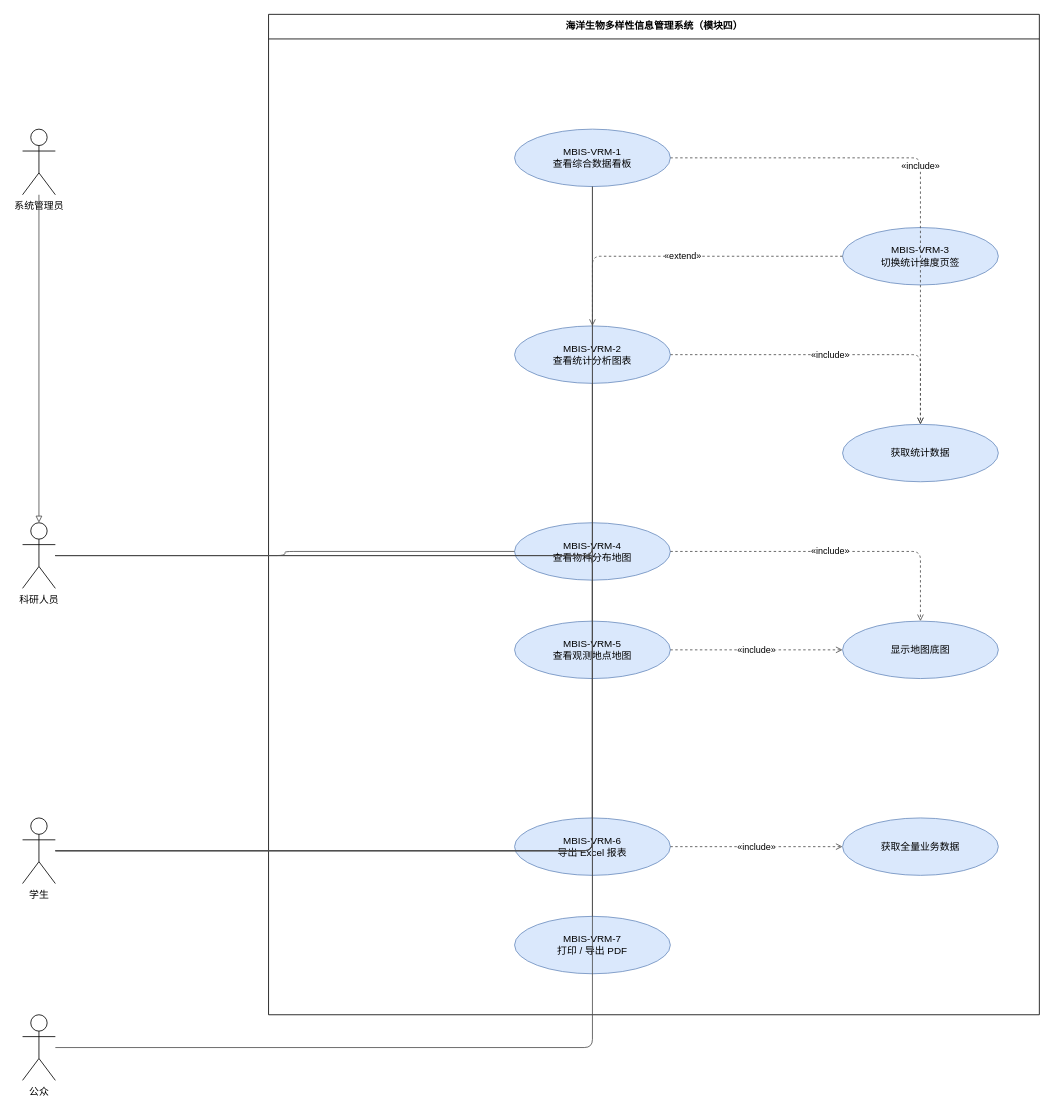
The draw.io diagram three/Software_Construction/diagrams/MBIS-VRM-用例图.drawio in sober060224/University, before the edit. Source tidied: cells renumbered, new cells numbered last; positions are measured from the earlier drawing's top-left corner, leaving out a move shared by most shapes. Both pictures are drawn from the tidied source at 82%, with x=0, y=0 at pixel (22, 14).
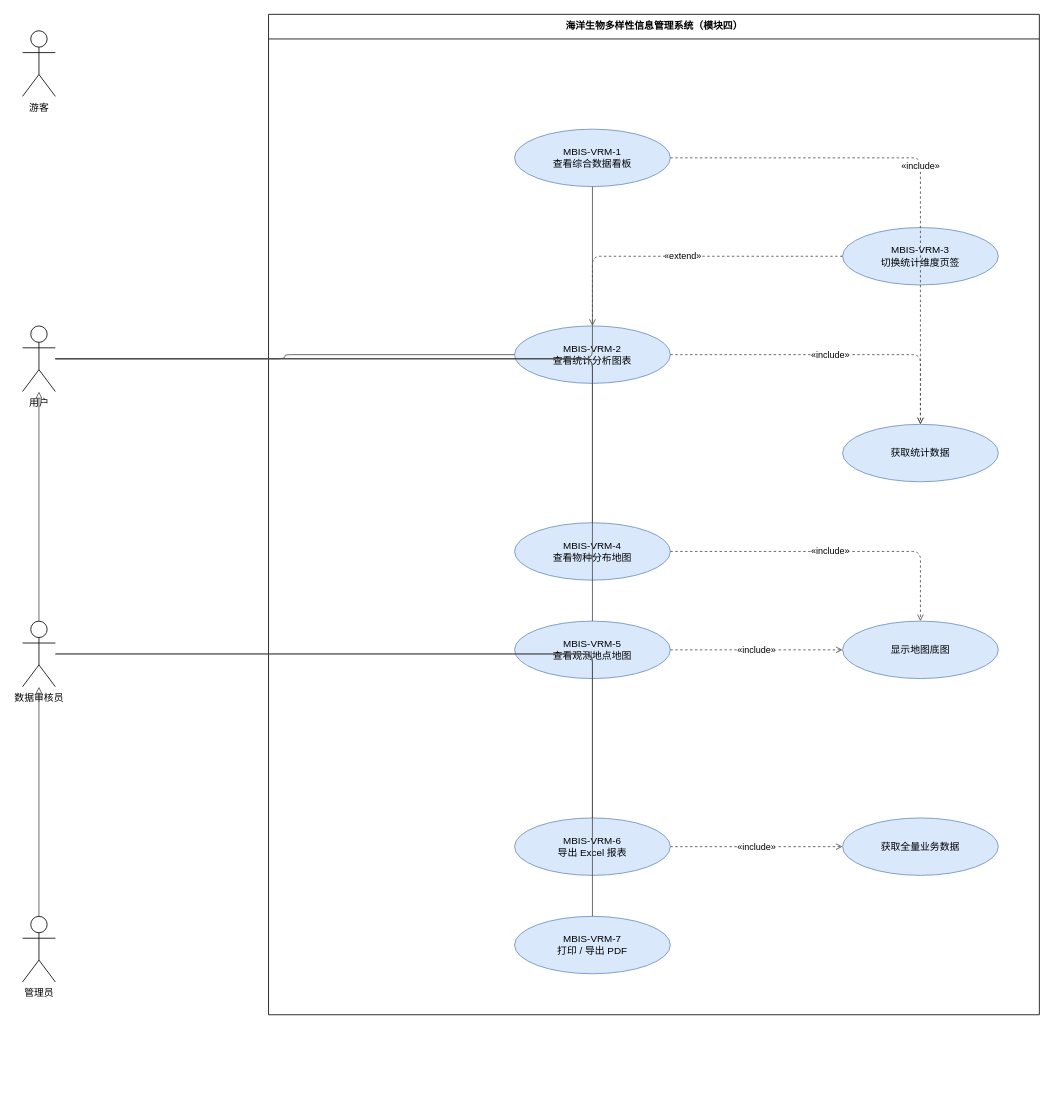
Above is the later version.

The change refers to these unchanged cells:
```xml
<mxCell id="7" value="MBIS-VRM-1&#10;查看综合数据看板" style="ellipse;whiteSpace=wrap;html=1;fillColor=#dae8fc;strokeColor=#6c8ebf;" parent="2" vertex="1">
  <mxGeometry x="300" y="140" width="190" height="70" as="geometry" />
</mxCell>
<mxCell id="8" value="MBIS-VRM-2&#10;查看统计分析图表" style="ellipse;whiteSpace=wrap;html=1;fillColor=#dae8fc;strokeColor=#6c8ebf;" parent="2" vertex="1">
  <mxGeometry x="300" y="380" width="190" height="70" as="geometry" />
</mxCell>
<mxCell id="9" value="MBIS-VRM-3&#10;切换统计维度页签" style="ellipse;whiteSpace=wrap;html=1;fillColor=#dae8fc;strokeColor=#6c8ebf;" parent="2" vertex="1">
  <mxGeometry x="700" y="260" width="190" height="70" as="geometry" />
</mxCell>
<mxCell id="10" value="MBIS-VRM-4&#10;查看物种分布地图" style="ellipse;whiteSpace=wrap;html=1;fillColor=#dae8fc;strokeColor=#6c8ebf;" parent="2" vertex="1">
  <mxGeometry x="300" y="620" width="190" height="70" as="geometry" />
</mxCell>
<mxCell id="11" value="MBIS-VRM-5&#10;查看观测地点地图" style="ellipse;whiteSpace=wrap;html=1;fillColor=#dae8fc;strokeColor=#6c8ebf;" parent="2" vertex="1">
  <mxGeometry x="300" y="740" width="190" height="70" as="geometry" />
</mxCell>
<mxCell id="12" value="MBIS-VRM-6&#10;导出 Excel 报表" style="ellipse;whiteSpace=wrap;html=1;fillColor=#dae8fc;strokeColor=#6c8ebf;" parent="2" vertex="1">
  <mxGeometry x="300" y="980" width="190" height="70" as="geometry" />
</mxCell>
<mxCell id="13" value="MBIS-VRM-7&#10;打印 / 导出 PDF" style="ellipse;whiteSpace=wrap;html=1;fillColor=#dae8fc;strokeColor=#6c8ebf;" parent="2" vertex="1">
  <mxGeometry x="300" y="1100" width="190" height="70" as="geometry" />
</mxCell>
<mxCell id="14" value="获取统计数据" style="ellipse;whiteSpace=wrap;html=1;fillColor=#dae8fc;strokeColor=#6c8ebf;" parent="2" vertex="1">
  <mxGeometry x="700" y="500" width="190" height="70" as="geometry" />
</mxCell>
<mxCell id="15" value="显示地图底图" style="ellipse;whiteSpace=wrap;html=1;fillColor=#dae8fc;strokeColor=#6c8ebf;" parent="2" vertex="1">
  <mxGeometry x="700" y="740" width="190" height="70" as="geometry" />
</mxCell>
<mxCell id="16" value="获取全量业务数据" style="ellipse;whiteSpace=wrap;html=1;fillColor=#dae8fc;strokeColor=#6c8ebf;" parent="2" vertex="1">
  <mxGeometry x="700" y="980" width="190" height="70" as="geometry" />
</mxCell>
```

Diff of the diagram source:
```diff
@@
+    <mxCell id="35" value="游客" style="shape=umlActor;html=1;verticalLabelPosition=bottom;verticalAlign=top;" parent="1" vertex="1">
+      <mxGeometry y="20" width="40" height="80" as="geometry" />
+    </mxCell>
+    <mxCell id="36" value="用户" style="shape=umlActor;html=1;verticalLabelPosition=bottom;verticalAlign=top;outlineConnect=0;" parent="1" vertex="1">
+      <mxGeometry y="380" width="40" height="80" as="geometry" />
+    </mxCell>
+    <mxCell id="37" value="数据审核员" style="shape=umlActor;html=1;verticalLabelPosition=bottom;verticalAlign=top;outlineConnect=0;" parent="1" vertex="1">
+      <mxGeometry y="740" width="40" height="80" as="geometry" />
+    </mxCell>
-    <mxCell id="3" value="系统管理员" style="shape=umlActor;html=1;verticalLabelPosition=bottom;verticalAlign=top;outlineConnect=0;" parent="1" vertex="1">
-      <mxGeometry y="140" width="40" height="80" as="geometry" />
+    <mxCell id="3" value="管理员" style="shape=umlActor;html=1;verticalLabelPosition=bottom;verticalAlign=top;outlineConnect=0;" parent="1" vertex="1">
+      <mxGeometry y="1100" width="40" height="80" as="geometry" />
     </mxCell>
-    <mxCell id="4" value="科研人员" style="shape=umlActor;html=1;verticalLabelPosition=bottom;verticalAlign=top;outlineConnect=0;" parent="1" vertex="1">
-      <mxGeometry y="620" width="40" height="80" as="geometry" />
-    </mxCell>
-    <mxCell id="5" value="学生" style="shape=umlActor;html=1;verticalLabelPosition=bottom;verticalAlign=top;outlineConnect=0;" parent="1" vertex="1">
-      <mxGeometry y="980" width="40" height="80" as="geometry" />
-    </mxCell>
-    <mxCell id="6" value="公众" style="shape=umlActor;html=1;verticalLabelPosition=bottom;verticalAlign=top;outlineConnect=0;" parent="1" vertex="1">
-      <mxGeometry y="1220" width="40" height="80" as="geometry" />
-    </mxCell>
@@
-    <mxCell id="17" style="edgeStyle=orthogonalEdgeStyle;rounded=1;html=1;strokeColor=#4d4d4d;endArrow=none;" parent="1" edge="1" source="4" target="7">
+    <mxCell id="17" style="edgeStyle=orthogonalEdgeStyle;rounded=1;html=1;strokeColor=#4d4d4d;endArrow=none;" parent="1" edge="1" source="36" target="7">
       <mxGeometry relative="1" as="geometry" />
     </mxCell>
-    <mxCell id="18" style="edgeStyle=orthogonalEdgeStyle;rounded=1;html=1;strokeColor=#4d4d4d;endArrow=none;" parent="1" edge="1" source="4" target="8">
+    <mxCell id="18" style="edgeStyle=orthogonalEdgeStyle;rounded=1;html=1;strokeColor=#4d4d4d;endArrow=none;" parent="1" edge="1" source="36" target="8">
       <mxGeometry relative="1" as="geometry" />
     </mxCell>
-    <mxCell id="19" style="edgeStyle=orthogonalEdgeStyle;rounded=1;html=1;strokeColor=#4d4d4d;endArrow=none;" parent="1" edge="1" source="4" target="10">
+    <mxCell id="19" style="edgeStyle=orthogonalEdgeStyle;rounded=1;html=1;strokeColor=#4d4d4d;endArrow=none;" parent="1" edge="1" source="36" target="10">
       <mxGeometry relative="1" as="geometry" />
     </mxCell>
-    <mxCell id="20" style="edgeStyle=orthogonalEdgeStyle;rounded=1;html=1;strokeColor=#4d4d4d;endArrow=none;" parent="1" edge="1" source="4" target="11">
+    <mxCell id="20" style="edgeStyle=orthogonalEdgeStyle;rounded=1;html=1;strokeColor=#4d4d4d;endArrow=none;" parent="1" edge="1" source="36" target="11">
       <mxGeometry relative="1" as="geometry" />
     </mxCell>
-    <mxCell id="21" style="edgeStyle=orthogonalEdgeStyle;rounded=1;html=1;strokeColor=#4d4d4d;endArrow=none;" parent="1" edge="1" source="4" target="12">
+    <mxCell id="21" style="edgeStyle=orthogonalEdgeStyle;rounded=1;html=1;strokeColor=#4d4d4d;endArrow=none;" parent="1" edge="1" source="37" target="12">
       <mxGeometry relative="1" as="geometry" />
     </mxCell>
-    <mxCell id="22" style="edgeStyle=orthogonalEdgeStyle;rounded=1;html=1;strokeColor=#4d4d4d;endArrow=none;" parent="1" edge="1" source="4" target="13">
+    <mxCell id="22" style="edgeStyle=orthogonalEdgeStyle;rounded=1;html=1;strokeColor=#4d4d4d;endArrow=none;" parent="1" edge="1" source="37" target="13">
       <mxGeometry relative="1" as="geometry" />
     </mxCell>
-    <mxCell id="23" style="edgeStyle=orthogonalEdgeStyle;rounded=1;html=1;strokeColor=#4d4d4d;endArrow=block;endFill=0;" parent="1" edge="1" source="3" target="4">
+    <mxCell id="23" style="edgeStyle=orthogonalEdgeStyle;rounded=1;html=1;strokeColor=#4d4d4d;endArrow=block;endFill=0;" parent="1" edge="1" source="3" target="37">
       <mxGeometry relative="1" as="geometry" />
     </mxCell>
-    <mxCell id="24" style="edgeStyle=orthogonalEdgeStyle;rounded=1;html=1;strokeColor=#4d4d4d;endArrow=none;" parent="1" edge="1" source="5" target="7">
+    <mxCell id="24" style="edgeStyle=orthogonalEdgeStyle;rounded=1;html=1;strokeColor=#4d4d4d;endArrow=block;endFill=0;" parent="1" edge="1" source="37" target="36">
       <mxGeometry relative="1" as="geometry" />
     </mxCell>
-    <mxCell id="25" style="edgeStyle=orthogonalEdgeStyle;rounded=1;html=1;strokeColor=#4d4d4d;endArrow=none;" parent="1" edge="1" source="5" target="8">
+    <mxCell id="25" value="«include»" style="edgeStyle=orthogonalEdgeStyle;rounded=1;html=1;strokeColor=#4d4d4d;dashed=1;endArrow=open;" parent="1" edge="1" source="7" target="14">
       <mxGeometry relative="1" as="geometry" />
     </mxCell>
-    <mxCell id="26" style="edgeStyle=orthogonalEdgeStyle;rounded=1;html=1;strokeColor=#4d4d4d;endArrow=none;" parent="1" edge="1" source="5" target="10">
+    <mxCell id="26" value="«include»" style="edgeStyle=orthogonalEdgeStyle;rounded=1;html=1;strokeColor=#4d4d4d;dashed=1;endArrow=open;" parent="1" edge="1" source="8" target="14">
       <mxGeometry relative="1" as="geometry" />
     </mxCell>
-    <mxCell id="27" style="edgeStyle=orthogonalEdgeStyle;rounded=1;html=1;strokeColor=#4d4d4d;endArrow=none;" parent="1" edge="1" source="5" target="11">
+    <mxCell id="27" value="«extend»" style="edgeStyle=orthogonalEdgeStyle;rounded=1;html=1;strokeColor=#4d4d4d;dashed=1;endArrow=open;" parent="1" edge="1" source="9" target="8">
       <mxGeometry relative="1" as="geometry" />
     </mxCell>
-    <mxCell id="28" style="edgeStyle=orthogonalEdgeStyle;rounded=1;html=1;strokeColor=#4d4d4d;endArrow=none;" parent="1" edge="1" source="6" target="10">
+    <mxCell id="28" value="«include»" style="edgeStyle=orthogonalEdgeStyle;rounded=1;html=1;strokeColor=#4d4d4d;dashed=1;endArrow=open;" parent="1" edge="1" source="10" target="15">
       <mxGeometry relative="1" as="geometry" />
     </mxCell>
-    <mxCell id="29" value="«include»" style="edgeStyle=orthogonalEdgeStyle;rounded=1;html=1;strokeColor=#4d4d4d;dashed=1;endArrow=open;" parent="1" edge="1" source="7" target="14">
+    <mxCell id="29" value="«include»" style="edgeStyle=orthogonalEdgeStyle;rounded=1;html=1;strokeColor=#4d4d4d;dashed=1;endArrow=open;" parent="1" edge="1" source="11" target="15">
       <mxGeometry relative="1" as="geometry" />
     </mxCell>
-    <mxCell id="30" value="«include»" style="edgeStyle=orthogonalEdgeStyle;rounded=1;html=1;strokeColor=#4d4d4d;dashed=1;endArrow=open;" parent="1" edge="1" source="8" target="14">
+    <mxCell id="30" value="«include»" style="edgeStyle=orthogonalEdgeStyle;rounded=1;html=1;strokeColor=#4d4d4d;dashed=1;endArrow=open;" parent="1" edge="1" source="12" target="16">
       <mxGeometry relative="1" as="geometry" />
     </mxCell>
-    <mxCell id="31" value="«extend»" style="edgeStyle=orthogonalEdgeStyle;rounded=1;html=1;strokeColor=#4d4d4d;dashed=1;endArrow=open;" parent="1" edge="1" source="9" target="8">
-      <mxGeometry relative="1" as="geometry" />
-    </mxCell>
-    <mxCell id="32" value="«include»" style="edgeStyle=orthogonalEdgeStyle;rounded=1;html=1;strokeColor=#4d4d4d;dashed=1;endArrow=open;" parent="1" edge="1" source="10" target="15">
-      <mxGeometry relative="1" as="geometry" />
-    </mxCell>
-    <mxCell id="33" value="«include»" style="edgeStyle=orthogonalEdgeStyle;rounded=1;html=1;strokeColor=#4d4d4d;dashed=1;endArrow=open;" parent="1" edge="1" source="11" target="15">
-      <mxGeometry relative="1" as="geometry" />
-    </mxCell>
-    <mxCell id="34" value="«include»" style="edgeStyle=orthogonalEdgeStyle;rounded=1;html=1;strokeColor=#4d4d4d;dashed=1;endArrow=open;" parent="1" edge="1" source="12" target="16">
-      <mxGeometry relative="1" as="geometry" />
-    </mxCell>
```
